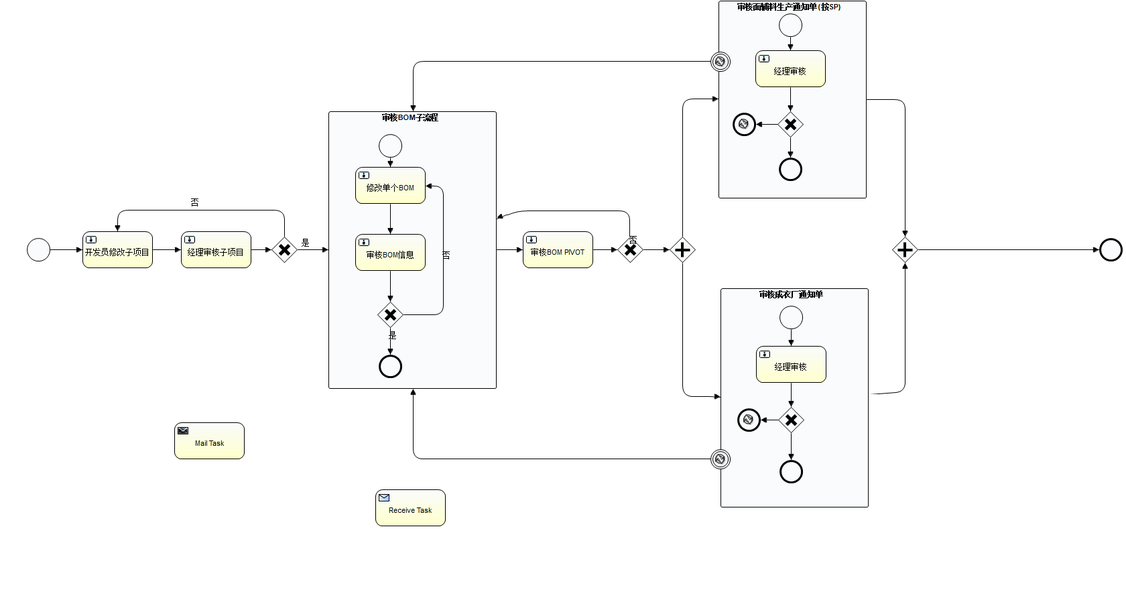
Above: src/main/java/com/cnfwsy/app/day11/SkySport02Subprocess.png in firebata/activiti5example (BPMN), before the change. Its source is kept beside it as src/main/java/com/cnfwsy/app/day11/SkySport02Subprocess.bpmn. Ids are renumbered.
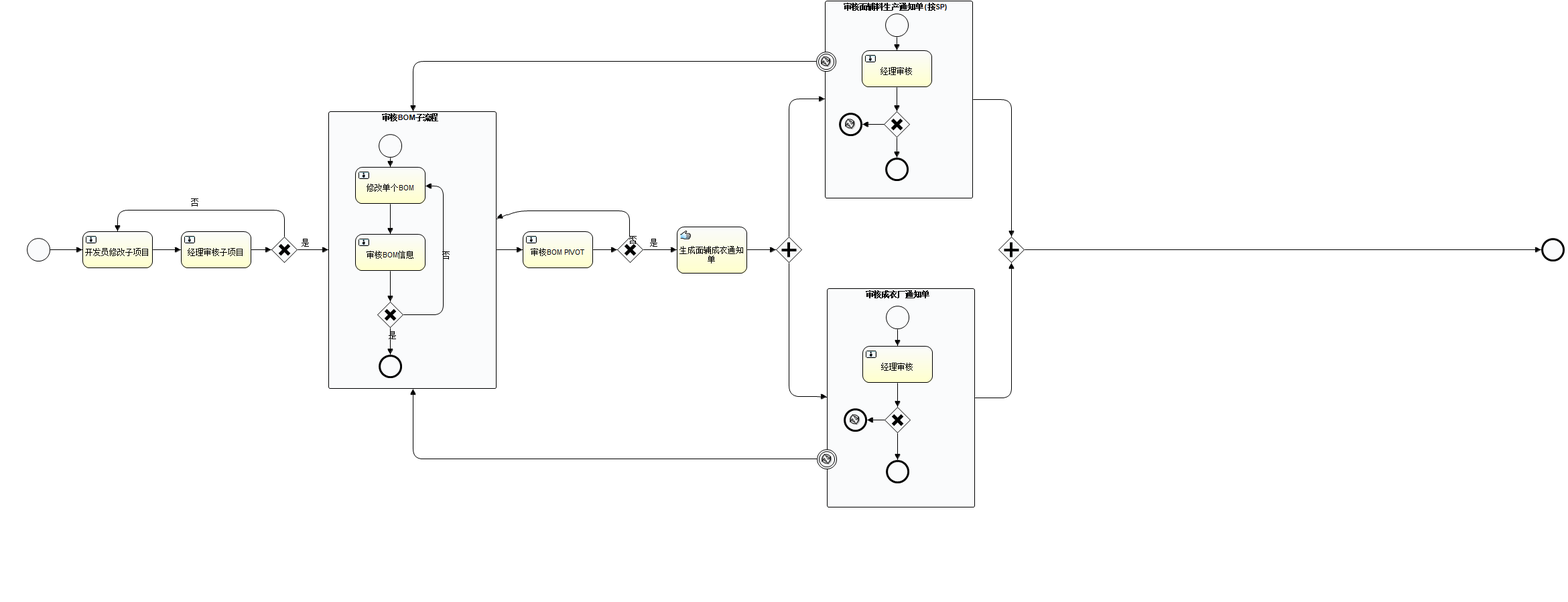
Later version of the same file.

Diff of the diagram source:
```diff
@@ -54,12 +54,9 @@
       <sequenceFlow id="flow33" sourceRef="exclusivegateway5" targetRef="errorendevent1"></sequenceFlow>
     </subProcess>
     <parallelGateway id="parallelgateway1" name="Parallel Gateway"></parallelGateway>
-    <sequenceFlow id="flow19" sourceRef="exclusivegateway3" targetRef="parallelgateway1"></sequenceFlow>
     <sequenceFlow id="flow20" sourceRef="parallelgateway1" targetRef="subprocess2"></sequenceFlow>
     <sequenceFlow id="flow21" sourceRef="parallelgateway1" targetRef="subprocess3"></sequenceFlow>
     <parallelGateway id="parallelgateway2" name="Parallel Gateway"></parallelGateway>
-    <sequenceFlow id="flow23" sourceRef="subprocess2" targetRef="parallelgateway2"></sequenceFlow>
-    <sequenceFlow id="flow24" sourceRef="subprocess3" targetRef="parallelgateway2"></sequenceFlow>
     <sequenceFlow id="flow30" sourceRef="parallelgateway2" targetRef="endevent1"></sequenceFlow>
     <boundaryEvent id="boundaryerror1" name="Error" attachedToRef="subprocess2">
       <errorEventDefinition></errorEventDefinition>
@@ -69,8 +66,11 @@
     </boundaryEvent>
     <sequenceFlow id="flow34" sourceRef="boundaryerror1" targetRef="subprocess1"></sequenceFlow>
     <sequenceFlow id="flow35" sourceRef="boundaryerror2" targetRef="subprocess1"></sequenceFlow>
-    <serviceTask id="mailtask1" name="Mail Task" activiti:type="mail"></serviceTask>
-    <receiveTask id="receivetask1" name="Receive Task"></receiveTask>
+    <manualTask id="manualtask1" name="生成面辅成衣通知单"></manualTask>
+    <sequenceFlow id="flow36" name="是" sourceRef="exclusivegateway3" targetRef="manualtask1"></sequenceFlow>
+    <sequenceFlow id="flow37" sourceRef="manualtask1" targetRef="parallelgateway1"></sequenceFlow>
+    <sequenceFlow id="flow38" sourceRef="subprocess2" targetRef="parallelgateway2"></sequenceFlow>
+    <sequenceFlow id="flow39" sourceRef="subprocess3" targetRef="parallelgateway2"></sequenceFlow>
   </process>
   <bpmndi:BPMNDiagram id="BPMNDiagram_myProcess">
     <bpmndi:BPMNPlane bpmnElement="myProcess" id="BPMNPlane_myProcess">
@@ -78,7 +78,7 @@
         <omgdc:Bounds height="35.0" width="35.0" x="40.0" y="355.0"></omgdc:Bounds>
       </bpmndi:BPMNShape>
       <bpmndi:BPMNShape bpmnElement="endevent1" id="BPMNShape_endevent1">
-        <omgdc:Bounds height="35.0" width="35.0" x="1640.0" y="355.0"></omgdc:Bounds>
+        <omgdc:Bounds height="35.0" width="35.0" x="2300.0" y="355.0"></omgdc:Bounds>
       </bpmndi:BPMNShape>
       <bpmndi:BPMNShape bpmnElement="usertask1" id="BPMNShape_usertask1">
         <omgdc:Bounds height="55.0" width="105.0" x="123.0" y="345.0"></omgdc:Bounds>
@@ -114,58 +114,55 @@
         <omgdc:Bounds height="40.0" width="40.0" x="920.0" y="352.0"></omgdc:Bounds>
       </bpmndi:BPMNShape>
       <bpmndi:BPMNShape bpmnElement="subprocess2" id="BPMNShape_subprocess2">
-        <omgdc:Bounds height="295.0" width="221.0" x="1072.0" y="1.0"></omgdc:Bounds>
+        <omgdc:Bounds height="295.0" width="221.0" x="1231.0" y="1.0"></omgdc:Bounds>
       </bpmndi:BPMNShape>
       <bpmndi:BPMNShape bpmnElement="startevent3" id="BPMNShape_startevent3">
-        <omgdc:Bounds height="35.0" width="35.0" x="1162.0" y="20.0"></omgdc:Bounds>
+        <omgdc:Bounds height="35.0" width="35.0" x="1321.0" y="20.0"></omgdc:Bounds>
       </bpmndi:BPMNShape>
       <bpmndi:BPMNShape bpmnElement="usertask7" id="BPMNShape_usertask7">
-        <omgdc:Bounds height="55.0" width="105.0" x="1127.0" y="75.0"></omgdc:Bounds>
+        <omgdc:Bounds height="55.0" width="105.0" x="1286.0" y="75.0"></omgdc:Bounds>
       </bpmndi:BPMNShape>
       <bpmndi:BPMNShape bpmnElement="exclusivegateway4" id="BPMNShape_exclusivegateway4">
-        <omgdc:Bounds height="40.0" width="40.0" x="1159.0" y="165.0"></omgdc:Bounds>
+        <omgdc:Bounds height="40.0" width="40.0" x="1318.0" y="165.0"></omgdc:Bounds>
       </bpmndi:BPMNShape>
       <bpmndi:BPMNShape bpmnElement="endevent3" id="BPMNShape_endevent3">
-        <omgdc:Bounds height="35.0" width="35.0" x="1162.0" y="235.0"></omgdc:Bounds>
+        <omgdc:Bounds height="35.0" width="35.0" x="1321.0" y="235.0"></omgdc:Bounds>
       </bpmndi:BPMNShape>
       <bpmndi:BPMNShape bpmnElement="errorendevent2" id="BPMNShape_errorendevent2">
-        <omgdc:Bounds height="35.0" width="35.0" x="1093.0" y="168.0"></omgdc:Bounds>
+        <omgdc:Bounds height="35.0" width="35.0" x="1252.0" y="168.0"></omgdc:Bounds>
       </bpmndi:BPMNShape>
       <bpmndi:BPMNShape bpmnElement="boundaryerror1" id="BPMNShape_boundaryerror1">
-        <omgdc:Bounds height="30.0" width="30.0" x="1060.0" y="77.0"></omgdc:Bounds>
+        <omgdc:Bounds height="30.0" width="30.0" x="1218.0" y="77.0"></omgdc:Bounds>
       </bpmndi:BPMNShape>
       <bpmndi:BPMNShape bpmnElement="subprocess3" id="BPMNShape_subprocess3">
-        <omgdc:Bounds height="327.0" width="221.0" x="1075.0" y="430.0"></omgdc:Bounds>
+        <omgdc:Bounds height="327.0" width="221.0" x="1234.0" y="430.0"></omgdc:Bounds>
       </bpmndi:BPMNShape>
       <bpmndi:BPMNShape bpmnElement="startevent4" id="BPMNShape_startevent4">
-        <omgdc:Bounds height="35.0" width="35.0" x="1163.0" y="456.0"></omgdc:Bounds>
+        <omgdc:Bounds height="35.0" width="35.0" x="1322.0" y="456.0"></omgdc:Bounds>
       </bpmndi:BPMNShape>
       <bpmndi:BPMNShape bpmnElement="usertask8" id="BPMNShape_usertask8">
-        <omgdc:Bounds height="55.0" width="105.0" x="1128.0" y="516.0"></omgdc:Bounds>
+        <omgdc:Bounds height="55.0" width="105.0" x="1287.0" y="516.0"></omgdc:Bounds>
       </bpmndi:BPMNShape>
       <bpmndi:BPMNShape bpmnElement="exclusivegateway5" id="BPMNShape_exclusivegateway5">
-        <omgdc:Bounds height="40.0" width="40.0" x="1160.0" y="606.0"></omgdc:Bounds>
+        <omgdc:Bounds height="40.0" width="40.0" x="1319.0" y="606.0"></omgdc:Bounds>
       </bpmndi:BPMNShape>
       <bpmndi:BPMNShape bpmnElement="endevent4" id="BPMNShape_endevent4">
-        <omgdc:Bounds height="35.0" width="35.0" x="1163.0" y="686.0"></omgdc:Bounds>
+        <omgdc:Bounds height="35.0" width="35.0" x="1322.0" y="686.0"></omgdc:Bounds>
       </bpmndi:BPMNShape>
       <bpmndi:BPMNShape bpmnElement="errorendevent1" id="BPMNShape_errorendevent1">
-        <omgdc:Bounds height="35.0" width="35.0" x="1100.0" y="609.0"></omgdc:Bounds>
+        <omgdc:Bounds height="35.0" width="35.0" x="1259.0" y="609.0"></omgdc:Bounds>
       </bpmndi:BPMNShape>
       <bpmndi:BPMNShape bpmnElement="boundaryerror2" id="BPMNShape_boundaryerror2">
-        <omgdc:Bounds height="30.0" width="30.0" x="1060.0" y="670.0"></omgdc:Bounds>
+        <omgdc:Bounds height="30.0" width="30.0" x="1219.0" y="670.0"></omgdc:Bounds>
       </bpmndi:BPMNShape>
       <bpmndi:BPMNShape bpmnElement="parallelgateway1" id="BPMNShape_parallelgateway1">
-        <omgdc:Bounds height="40.0" width="40.0" x="998.0" y="352.0"></omgdc:Bounds>
+        <omgdc:Bounds height="40.0" width="40.0" x="1157.0" y="352.0"></omgdc:Bounds>
       </bpmndi:BPMNShape>
       <bpmndi:BPMNShape bpmnElement="parallelgateway2" id="BPMNShape_parallelgateway2">
-        <omgdc:Bounds height="40.0" width="40.0" x="1330.0" y="352.0"></omgdc:Bounds>
+        <omgdc:Bounds height="40.0" width="40.0" x="1489.0" y="352.0"></omgdc:Bounds>
       </bpmndi:BPMNShape>
-      <bpmndi:BPMNShape bpmnElement="mailtask1" id="BPMNShape_mailtask1">
-        <omgdc:Bounds height="55.0" width="105.0" x="260.0" y="630.0"></omgdc:Bounds>
-      </bpmndi:BPMNShape>
-      <bpmndi:BPMNShape bpmnElement="receivetask1" id="BPMNShape_receivetask1">
-        <omgdc:Bounds height="55.0" width="105.0" x="560.0" y="730.0"></omgdc:Bounds>
+      <bpmndi:BPMNShape bpmnElement="manualtask1" id="BPMNShape_manualtask1">
+        <omgdc:Bounds height="70.0" width="105.0" x="1010.0" y="338.0"></omgdc:Bounds>
       </bpmndi:BPMNShape>
       <bpmndi:BPMNEdge bpmnElement="flow6" id="BPMNEdge_flow6">
         <omgdi:waypoint x="582.0" y="235.0"></omgdi:waypoint>
@@ -243,74 +240,81 @@
         </bpmndi:BPMNLabel>
       </bpmndi:BPMNEdge>
       <bpmndi:BPMNEdge bpmnElement="flow17" id="BPMNEdge_flow17">
-        <omgdi:waypoint x="1179.0" y="130.0"></omgdi:waypoint>
-        <omgdi:waypoint x="1179.0" y="165.0"></omgdi:waypoint>
+        <omgdi:waypoint x="1338.0" y="130.0"></omgdi:waypoint>
+        <omgdi:waypoint x="1338.0" y="165.0"></omgdi:waypoint>
       </bpmndi:BPMNEdge>
       <bpmndi:BPMNEdge bpmnElement="flow18" id="BPMNEdge_flow18">
-        <omgdi:waypoint x="1179.0" y="55.0"></omgdi:waypoint>
-        <omgdi:waypoint x="1179.0" y="75.0"></omgdi:waypoint>
+        <omgdi:waypoint x="1338.0" y="55.0"></omgdi:waypoint>
+        <omgdi:waypoint x="1338.0" y="75.0"></omgdi:waypoint>
       </bpmndi:BPMNEdge>
       <bpmndi:BPMNEdge bpmnElement="flow22" id="BPMNEdge_flow22">
-        <omgdi:waypoint x="1179.0" y="205.0"></omgdi:waypoint>
-        <omgdi:waypoint x="1179.0" y="235.0"></omgdi:waypoint>
+        <omgdi:waypoint x="1338.0" y="205.0"></omgdi:waypoint>
+        <omgdi:waypoint x="1338.0" y="235.0"></omgdi:waypoint>
       </bpmndi:BPMNEdge>
       <bpmndi:BPMNEdge bpmnElement="flow32" id="BPMNEdge_flow32">
-        <omgdi:waypoint x="1159.0" y="185.0"></omgdi:waypoint>
-        <omgdi:waypoint x="1128.0" y="185.0"></omgdi:waypoint>
+        <omgdi:waypoint x="1318.0" y="185.0"></omgdi:waypoint>
+        <omgdi:waypoint x="1287.0" y="185.0"></omgdi:waypoint>
       </bpmndi:BPMNEdge>
       <bpmndi:BPMNEdge bpmnElement="flow25" id="BPMNEdge_flow25">
-        <omgdi:waypoint x="1180.0" y="491.0"></omgdi:waypoint>
-        <omgdi:waypoint x="1180.0" y="516.0"></omgdi:waypoint>
+        <omgdi:waypoint x="1339.0" y="491.0"></omgdi:waypoint>
+        <omgdi:waypoint x="1339.0" y="516.0"></omgdi:waypoint>
       </bpmndi:BPMNEdge>
       <bpmndi:BPMNEdge bpmnElement="flow26" id="BPMNEdge_flow26">
-        <omgdi:waypoint x="1180.0" y="571.0"></omgdi:waypoint>
-        <omgdi:waypoint x="1180.0" y="606.0"></omgdi:waypoint>
+        <omgdi:waypoint x="1339.0" y="571.0"></omgdi:waypoint>
+        <omgdi:waypoint x="1339.0" y="606.0"></omgdi:waypoint>
       </bpmndi:BPMNEdge>
       <bpmndi:BPMNEdge bpmnElement="flow27" id="BPMNEdge_flow27">
-        <omgdi:waypoint x="1180.0" y="646.0"></omgdi:waypoint>
-        <omgdi:waypoint x="1180.0" y="686.0"></omgdi:waypoint>
+        <omgdi:waypoint x="1339.0" y="646.0"></omgdi:waypoint>
+        <omgdi:waypoint x="1339.0" y="686.0"></omgdi:waypoint>
       </bpmndi:BPMNEdge>
       <bpmndi:BPMNEdge bpmnElement="flow33" id="BPMNEdge_flow33">
-        <omgdi:waypoint x="1160.0" y="626.0"></omgdi:waypoint>
-        <omgdi:waypoint x="1135.0" y="626.0"></omgdi:waypoint>
-      </bpmndi:BPMNEdge>
-      <bpmndi:BPMNEdge bpmnElement="flow19" id="BPMNEdge_flow19">
-        <omgdi:waypoint x="960.0" y="372.0"></omgdi:waypoint>
-        <omgdi:waypoint x="998.0" y="372.0"></omgdi:waypoint>
+        <omgdi:waypoint x="1319.0" y="626.0"></omgdi:waypoint>
+        <omgdi:waypoint x="1294.0" y="626.0"></omgdi:waypoint>
       </bpmndi:BPMNEdge>
       <bpmndi:BPMNEdge bpmnElement="flow20" id="BPMNEdge_flow20">
-        <omgdi:waypoint x="1018.0" y="352.0"></omgdi:waypoint>
-        <omgdi:waypoint x="1018.0" y="147.0"></omgdi:waypoint>
-        <omgdi:waypoint x="1072.0" y="148.0"></omgdi:waypoint>
+        <omgdi:waypoint x="1177.0" y="352.0"></omgdi:waypoint>
+        <omgdi:waypoint x="1177.0" y="147.0"></omgdi:waypoint>
+        <omgdi:waypoint x="1231.0" y="148.0"></omgdi:waypoint>
       </bpmndi:BPMNEdge>
       <bpmndi:BPMNEdge bpmnElement="flow21" id="BPMNEdge_flow21">
-        <omgdi:waypoint x="1018.0" y="392.0"></omgdi:waypoint>
-        <omgdi:waypoint x="1018.0" y="590.0"></omgdi:waypoint>
-        <omgdi:waypoint x="1075.0" y="593.0"></omgdi:waypoint>
-      </bpmndi:BPMNEdge>
-      <bpmndi:BPMNEdge bpmnElement="flow23" id="BPMNEdge_flow23">
-        <omgdi:waypoint x="1293.0" y="148.0"></omgdi:waypoint>
-        <omgdi:waypoint x="1350.0" y="148.0"></omgdi:waypoint>
-        <omgdi:waypoint x="1350.0" y="352.0"></omgdi:waypoint>
-      </bpmndi:BPMNEdge>
-      <bpmndi:BPMNEdge bpmnElement="flow24" id="BPMNEdge_flow24">
-        <omgdi:waypoint x="1296.0" y="593.0"></omgdi:waypoint>
-        <omgdi:waypoint x="1350.0" y="584.0"></omgdi:waypoint>
-        <omgdi:waypoint x="1350.0" y="392.0"></omgdi:waypoint>
+        <omgdi:waypoint x="1177.0" y="392.0"></omgdi:waypoint>
+        <omgdi:waypoint x="1177.0" y="590.0"></omgdi:waypoint>
+        <omgdi:waypoint x="1234.0" y="593.0"></omgdi:waypoint>
       </bpmndi:BPMNEdge>
       <bpmndi:BPMNEdge bpmnElement="flow30" id="BPMNEdge_flow30">
-        <omgdi:waypoint x="1370.0" y="372.0"></omgdi:waypoint>
-        <omgdi:waypoint x="1640.0" y="372.0"></omgdi:waypoint>
+        <omgdi:waypoint x="1529.0" y="372.0"></omgdi:waypoint>
+        <omgdi:waypoint x="2300.0" y="372.0"></omgdi:waypoint>
       </bpmndi:BPMNEdge>
       <bpmndi:BPMNEdge bpmnElement="flow34" id="BPMNEdge_flow34">
-        <omgdi:waypoint x="1060.0" y="92.0"></omgdi:waypoint>
+        <omgdi:waypoint x="1218.0" y="92.0"></omgdi:waypoint>
         <omgdi:waypoint x="616.0" y="91.0"></omgdi:waypoint>
         <omgdi:waypoint x="615.0" y="166.0"></omgdi:waypoint>
       </bpmndi:BPMNEdge>
       <bpmndi:BPMNEdge bpmnElement="flow35" id="BPMNEdge_flow35">
-        <omgdi:waypoint x="1060.0" y="685.0"></omgdi:waypoint>
+        <omgdi:waypoint x="1219.0" y="685.0"></omgdi:waypoint>
         <omgdi:waypoint x="616.0" y="684.0"></omgdi:waypoint>
         <omgdi:waypoint x="615.0" y="580.0"></omgdi:waypoint>
+      </bpmndi:BPMNEdge>
+      <bpmndi:BPMNEdge bpmnElement="flow36" id="BPMNEdge_flow36">
+        <omgdi:waypoint x="960.0" y="372.0"></omgdi:waypoint>
+        <omgdi:waypoint x="1010.0" y="373.0"></omgdi:waypoint>
+        <bpmndi:BPMNLabel>
+          <omgdc:Bounds height="14.0" width="100.0" x="969.0" y="355.0"></omgdc:Bounds>
+        </bpmndi:BPMNLabel>
+      </bpmndi:BPMNEdge>
+      <bpmndi:BPMNEdge bpmnElement="flow37" id="BPMNEdge_flow37">
+        <omgdi:waypoint x="1115.0" y="373.0"></omgdi:waypoint>
+        <omgdi:waypoint x="1157.0" y="372.0"></omgdi:waypoint>
+      </bpmndi:BPMNEdge>
+      <bpmndi:BPMNEdge bpmnElement="flow38" id="BPMNEdge_flow38">
+        <omgdi:waypoint x="1452.0" y="148.0"></omgdi:waypoint>
+        <omgdi:waypoint x="1509.0" y="148.0"></omgdi:waypoint>
+        <omgdi:waypoint x="1509.0" y="352.0"></omgdi:waypoint>
+      </bpmndi:BPMNEdge>
+      <bpmndi:BPMNEdge bpmnElement="flow39" id="BPMNEdge_flow39">
+        <omgdi:waypoint x="1455.0" y="593.0"></omgdi:waypoint>
+        <omgdi:waypoint x="1509.0" y="593.0"></omgdi:waypoint>
+        <omgdi:waypoint x="1509.0" y="392.0"></omgdi:waypoint>
       </bpmndi:BPMNEdge>
     </bpmndi:BPMNPlane>
   </bpmndi:BPMNDiagram>
```
